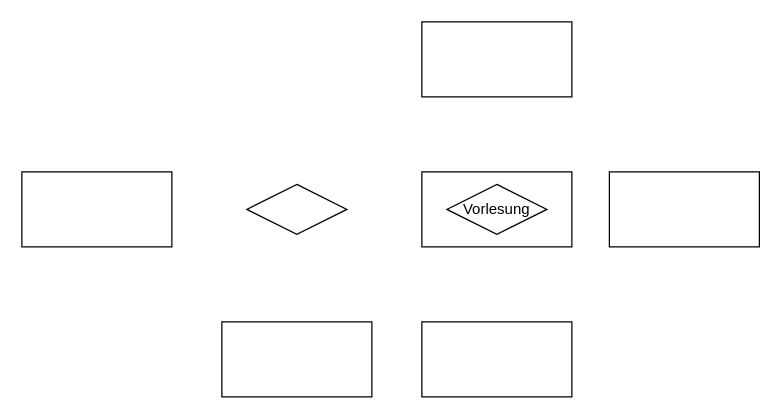
The draw.io diagram Studium/Studium.drawio in mitmirzutun/Datenbanken, before the edit. Source tidied: cells renumbered, new cells numbered last; positions are measured from the earlier drawing's top-left corner, leaving out a move shared by most shapes. Both pictures are drawn from the tidied source at 125%, with x=0, y=0 at pixel (21, 21).
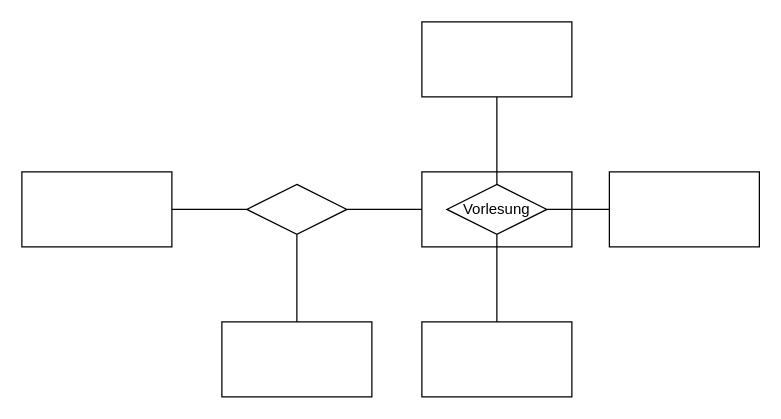
The same page after the edit.

The edit, as a diff of the source:
```diff
@@
 <mxGraphModel>
   <root>
     <mxCell id="0" />
     <mxCell id="1" parent="0" />
+    <mxCell id="11" style="edgeStyle=orthogonalEdgeStyle;rounded=0;jettySize=auto;html=1;exitX=1;exitY=0.5;exitDx=0;exitDy=0;entryX=0;entryY=0.5;entryDx=0;entryDy=0;endArrow=none;endFill=0;" parent="1" edge="1" source="2" target="4">
+      <mxGeometry relative="1" as="geometry" />
+    </mxCell>
     <mxCell id="2" style="rounded=0;whiteSpace=wrap;html=1;" parent="1" vertex="1">
       <mxGeometry y="120" width="120" height="60" as="geometry" />
     </mxCell>
     <mxCell id="3" style="rounded=0;whiteSpace=wrap;html=1;" parent="1" vertex="1">
       <mxGeometry x="160" y="240" width="120" height="60" as="geometry" />
     </mxCell>
     <mxCell id="4" style="rhombus;whiteSpace=wrap;html=1;" parent="1" vertex="1">
       <mxGeometry x="180" y="130" width="80" height="40" as="geometry" />
     </mxCell>
     <mxCell id="5" style="rounded=0;whiteSpace=wrap;html=1;" parent="1" vertex="1">
       <mxGeometry x="320" y="240" width="120" height="60" as="geometry" />
     </mxCell>
     <mxCell id="6" style="rounded=0;whiteSpace=wrap;html=1;" parent="1" vertex="1">
       <mxGeometry x="320" width="120" height="60" as="geometry" />
     </mxCell>
     <mxCell id="7" style="rounded=0;whiteSpace=wrap;html=1;" parent="1" vertex="1">
       <mxGeometry x="470" y="120" width="120" height="60" as="geometry" />
     </mxCell>
     <mxCell id="8" style="group;" parent="1" vertex="1">
       <mxGeometry x="320" y="120" width="120" height="60" as="geometry" />
     </mxCell>
     <mxCell id="9" style="rounded=0;whiteSpace=wrap;html=1;" parent="8" vertex="1">
       <mxGeometry width="120" height="60" as="geometry" />
     </mxCell>
     <mxCell id="10" value="Vorlesung" style="rhombus;whiteSpace=wrap;html=1;" parent="8" vertex="1">
       <mxGeometry x="20" y="10" width="80" height="40" as="geometry" />
     </mxCell>
+    <mxCell id="12" style="edgeStyle=orthogonalEdgeStyle;rounded=0;jettySize=auto;html=1;exitX=0.5;exitY=0;exitDx=0;exitDy=0;entryX=0.5;entryY=1;entryDx=0;entryDy=0;endArrow=none;endFill=0;" parent="1" edge="1" source="10" target="6">
+      <mxGeometry relative="1" as="geometry" />
+    </mxCell>
+    <mxCell id="13" style="edgeStyle=orthogonalEdgeStyle;rounded=0;jettySize=auto;html=1;exitX=0.5;exitY=0;exitDx=0;exitDy=0;entryX=0.5;entryY=1;entryDx=0;entryDy=0;endArrow=none;endFill=0;" parent="1" edge="1" source="5" target="10">
+      <mxGeometry relative="1" as="geometry" />
+    </mxCell>
+    <mxCell id="14" style="edgeStyle=orthogonalEdgeStyle;rounded=0;jettySize=auto;html=1;exitX=1;exitY=0.5;exitDx=0;exitDy=0;entryX=0;entryY=0.5;entryDx=0;entryDy=0;endArrow=none;endFill=0;" parent="1" edge="1" source="4" target="9">
+      <mxGeometry relative="1" as="geometry" />
+    </mxCell>
+    <mxCell id="15" style="edgeStyle=orthogonalEdgeStyle;rounded=0;jettySize=auto;html=1;entryX=0.5;entryY=1;entryDx=0;entryDy=0;endArrow=none;endFill=0;exitX=0.5;exitY=0;exitDx=0;exitDy=0;" parent="1" edge="1" source="3" target="4">
+      <mxGeometry relative="1" as="geometry" />
+    </mxCell>
+    <mxCell id="16" style="edgeStyle=orthogonalEdgeStyle;rounded=0;jettySize=auto;html=1;entryX=0;entryY=0.5;entryDx=0;entryDy=0;endArrow=none;endFill=0;exitX=1;exitY=0.5;exitDx=0;exitDy=0;" parent="1" edge="1" source="10" target="7">
+      <mxGeometry relative="1" as="geometry" />
+    </mxCell>
   </root>
 </mxGraphModel>
```
